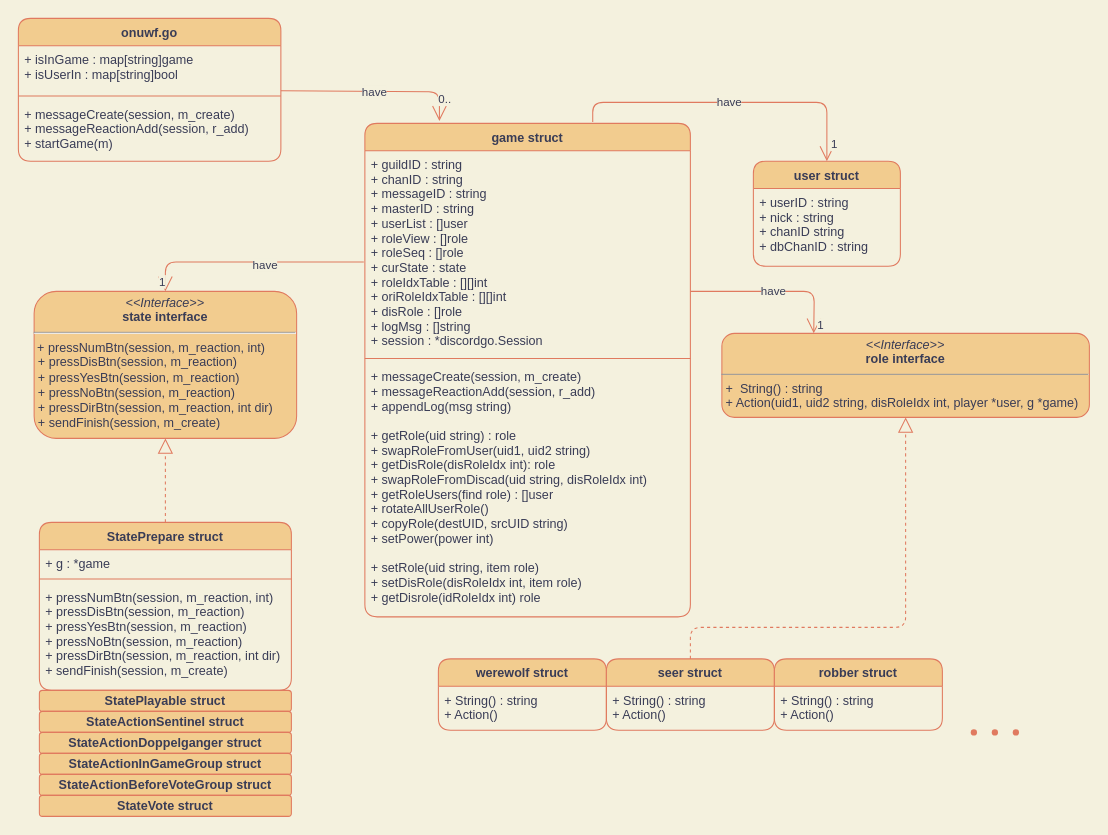
Before: struct_diagram.drawio in splkm97/ONUWF, a draw.io diagram. Source tidied: cells renumbered, new cells numbered last; positions are measured from the earlier drawing's top-left corner, leaving out a move shared by most shapes. Both pictures are drawn from the tidied source at 105%, with x=0, y=0 at pixel (18, 18).
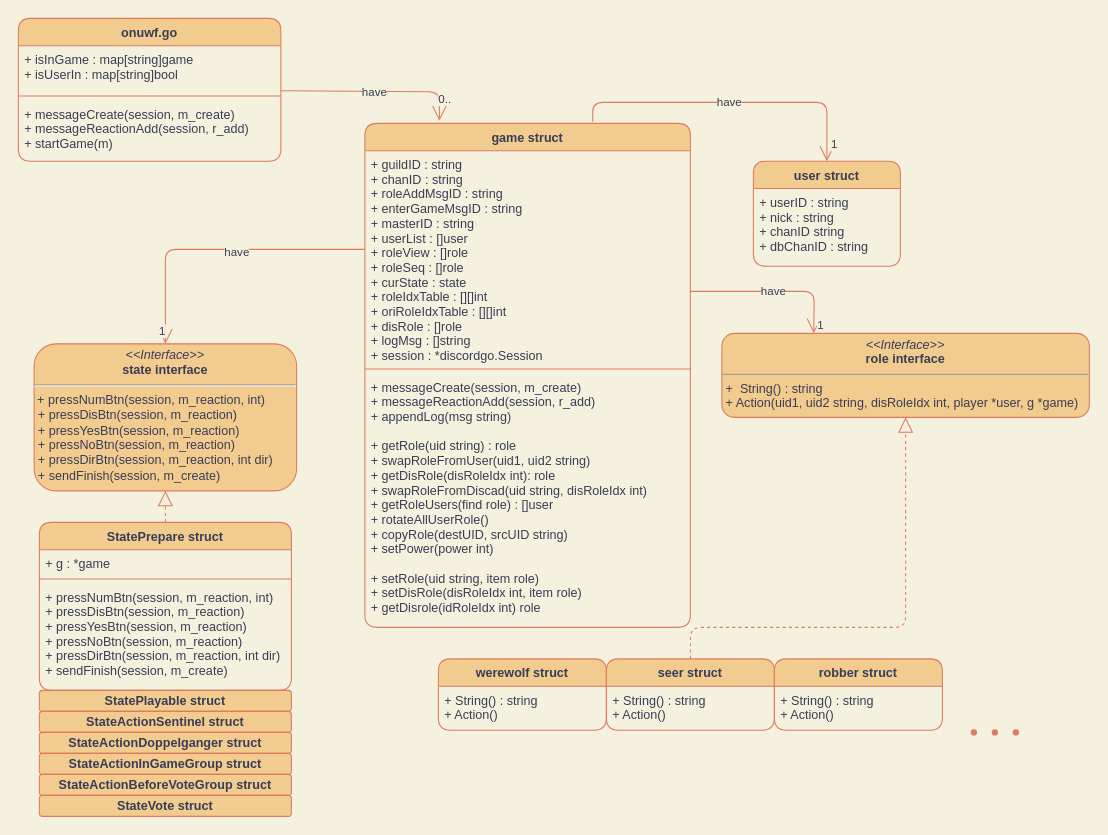
The same page after the edit.

What changed in the source:
```diff
@@
     <mxCell id="6" value="game struct" style="swimlane;fontStyle=1;align=center;verticalAlign=top;horizontal=1;startSize=26;fontColor=#393C56;strokeColor=#E07A5F;fillColor=#F2CC8F;rounded=1;" parent="1" vertex="1">
-      <mxGeometry x="330" y="100" width="310" height="470" as="geometry" />
+      <mxGeometry x="330" y="100" width="310" height="480" as="geometry" />
     </mxCell>
-    <mxCell id="7" value="+ guildID : string&#10;+ chanID : string&#10;+ messageID : string&#10;+ masterID : string&#10;+ userList : []user&#10;+ roleView : []role&#10;+ roleSeq : []role&#10;+ curState : state&#10;+ roleIdxTable : [][]int&#10;+ oriRoleIdxTable : [][]int&#10;+ disRole : []role&#10;+ logMsg : []string&#10;+ session : *discordgo.Session" style="text;strokeColor=none;fillColor=none;align=left;verticalAlign=top;spacingLeft=4;spacingRight=4;overflow=hidden;fontColor=#393C56;rounded=1;" parent="6" vertex="1">
-      <mxGeometry y="26" width="310" height="194" as="geometry" />
+    <mxCell id="7" value="+ guildID : string&#10;+ chanID : string&#10;+ roleAddMsgID : string&#10;+ enterGameMsgID : string&#10;+ masterID : string&#10;+ userList : []user&#10;+ roleView : []role&#10;+ roleSeq : []role&#10;+ curState : state&#10;+ roleIdxTable : [][]int&#10;+ oriRoleIdxTable : [][]int&#10;+ disRole : []role&#10;+ logMsg : []string&#10;+ session : *discordgo.Session" style="text;strokeColor=none;fillColor=none;align=left;verticalAlign=top;spacingLeft=4;spacingRight=4;overflow=hidden;fontColor=#393C56;rounded=1;" parent="6" vertex="1">
+      <mxGeometry y="26" width="310" height="204" as="geometry" />
     </mxCell>
     <mxCell id="8" style="line;strokeWidth=1;fillColor=none;align=left;verticalAlign=middle;spacingTop=-1;spacingLeft=3;spacingRight=3;labelPosition=right;strokeColor=#E07A5F;fontColor=#393C56;labelBackgroundColor=#F4F1DE;rounded=1;" parent="6" vertex="1">
-      <mxGeometry y="220" width="310" height="8" as="geometry" />
+      <mxGeometry y="230" width="310" height="8" as="geometry" />
     </mxCell>
     <mxCell id="9" value="+ messageCreate(session, m_create)&#10;+ messageReactionAdd(session, r_add)&#10;+ appendLog(msg string)&#10;&#10;+ getRole(uid string) : role&#10;+ swapRoleFromUser(uid1, uid2 string)&#10;+ getDisRole(disRoleIdx int): role&#10;+ swapRoleFromDiscad(uid string, disRoleIdx int)&#10;+ getRoleUsers(find role) : []user&#10;+ rotateAllUserRole()&#10;+ copyRole(destUID, srcUID string)&#10;+ setPower(power int)&#10;&#10;+ setRole(uid string, item role)&#10;+ setDisRole(disRoleIdx int, item role)&#10;+ getDisrole(idRoleIdx int) role" style="text;strokeColor=none;fillColor=none;align=left;verticalAlign=top;spacingLeft=4;spacingRight=4;overflow=hidden;fontColor=#393C56;rounded=1;" parent="6" vertex="1">
-      <mxGeometry y="228" width="310" height="242" as="geometry" />
+      <mxGeometry y="238" width="310" height="242" as="geometry" />
     </mxCell>
@@
     <mxCell id="20" value="&lt;p style=&quot;margin: 0px ; margin-top: 4px ; text-align: center&quot;&gt;&lt;i&gt;&amp;lt;&amp;lt;Interface&amp;gt;&amp;gt;&lt;/i&gt;&lt;br&gt;&lt;b&gt;state interface&lt;/b&gt;&lt;/p&gt;&lt;hr&gt;&lt;span&gt;&amp;nbsp;+ pressNumBtn(session, m_reaction, int)&lt;/span&gt;&lt;p style=&quot;margin: 0px 0px 0px 4px&quot;&gt;+ pressDisBtn(session, m_reaction)&lt;/p&gt;&lt;p style=&quot;margin: 0px 0px 0px 4px&quot;&gt;+ pressYesBtn(session, m_reaction)&lt;/p&gt;&lt;p style=&quot;margin: 0px 0px 0px 4px&quot;&gt;+ pressNoBtn(session, m_reaction)&lt;/p&gt;&lt;p style=&quot;margin: 0px 0px 0px 4px&quot;&gt;+ pressDirBtn(session, m_reaction, int dir)&lt;/p&gt;&lt;p style=&quot;margin: 0px 0px 0px 4px&quot;&gt;+ sendFinish(session, m_create)&lt;/p&gt;" style="verticalAlign=top;align=left;overflow=fill;fontSize=12;fontFamily=Helvetica;html=1;fontColor=#393C56;strokeColor=#E07A5F;fillColor=#F2CC8F;rounded=1;" parent="1" vertex="1">
-      <mxGeometry x="15" y="260" width="250" height="140" as="geometry" />
+      <mxGeometry x="15" y="310" width="250" height="140" as="geometry" />
     </mxCell>
@@
     <mxCell id="34" style="endArrow=open;endFill=1;endSize=12;html=1;fontColor=#393C56;strokeColor=#E07A5F;fillColor=#F2CC8F;entryX=0.5;entryY=0;entryDx=0;entryDy=0;labelBackgroundColor=#F4F1DE;" parent="1" edge="1" target="20">
       <mxGeometry relative="1" as="geometry">
-        <mxPoint x="329" y="232" as="sourcePoint" />
+        <mxPoint x="330" y="220" as="sourcePoint" />
         <Array as="points">
-          <mxPoint x="140" y="232" />
+          <mxPoint x="140" y="220" />
         </Array>
       </mxGeometry>
     </mxCell>
```
